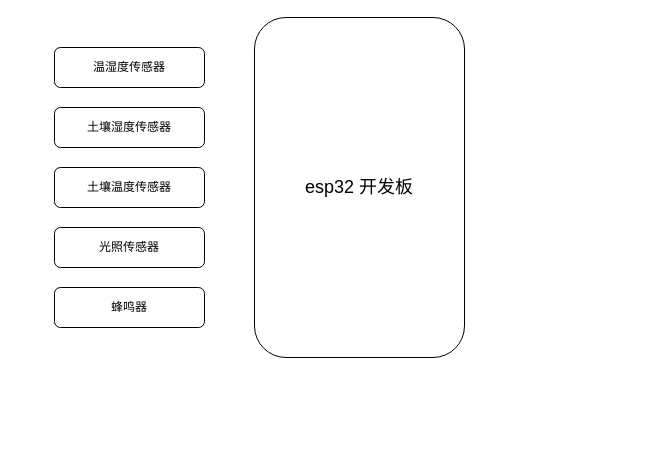
Above: 未命名绘图.drawio in Mariewmajg/ardupilot (draw.io), before the change. Source tidied: cells renumbered, new cells numbered last; positions are measured from the earlier drawing's top-left corner, leaving out a move shared by most shapes. Both pictures are drawn from the tidied source at 100%, with x=0, y=0 at pixel (54, 17).
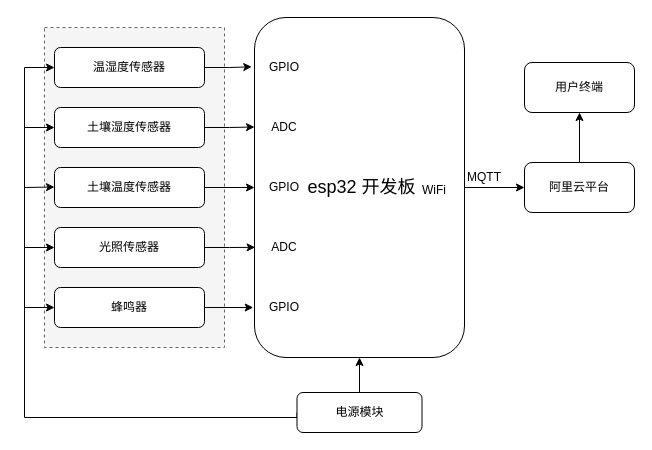
Above is the later version.

Commit message (it also covers changes not shown here):
更新未命名绘图.drawio

Unchanged cells that the change refers to:
```xml
<mxCell id="2" value="温湿度传感器" style="rounded=1;whiteSpace=wrap;html=1;" parent="1" vertex="1">
  <mxGeometry y="30" width="150" height="40" as="geometry" />
</mxCell>
<mxCell id="3" value="土壤湿度传感器" style="rounded=1;whiteSpace=wrap;html=1;" parent="1" vertex="1">
  <mxGeometry y="90" width="150" height="40" as="geometry" />
</mxCell>
<mxCell id="4" value="土壤温度传感器" style="rounded=1;whiteSpace=wrap;html=1;" parent="1" vertex="1">
  <mxGeometry y="150" width="150" height="40" as="geometry" />
</mxCell>
<mxCell id="5" value="光照传感器" style="rounded=1;whiteSpace=wrap;html=1;" parent="1" vertex="1">
  <mxGeometry y="210" width="150" height="40" as="geometry" />
</mxCell>
<mxCell id="6" value="蜂鸣器" style="rounded=1;whiteSpace=wrap;html=1;" parent="1" vertex="1">
  <mxGeometry y="270" width="150" height="40" as="geometry" />
</mxCell>
```

The edit, as a diff of the source:
```diff
@@
+    <mxCell id="8" style="rounded=0;whiteSpace=wrap;html=1;dashed=1;fillColor=#f5f5f5;strokeColor=#666666;fontColor=#333333;" parent="1" vertex="1">
+      <mxGeometry x="-10" y="10" width="180" height="320" as="geometry" />
+    </mxCell>
@@
+    <mxCell id="9" style="edgeStyle=orthogonalEdgeStyle;rounded=0;jettySize=auto;html=1;exitX=1;exitY=0.5;exitDx=0;exitDy=0;entryX=0;entryY=0.5;entryDx=0;entryDy=0;" parent="1" edge="1" source="4" target="7">
+      <mxGeometry relative="1" as="geometry" />
+    </mxCell>
@@
+    <mxCell id="10" style="edgeStyle=orthogonalEdgeStyle;rounded=0;jettySize=auto;html=1;entryX=0;entryY=0.5;entryDx=0;entryDy=0;" parent="1" edge="1" source="7" target="16">
+      <mxGeometry relative="1" as="geometry" />
+    </mxCell>
-    <mxCell id="7" value="&lt;span style=&quot;font-size: 18px;&quot;&gt;esp32 开发板&lt;/span&gt;" style="rounded=1;whiteSpace=wrap;html=1;" parent="1" vertex="1">
+    <mxCell id="7" value="&lt;span style=&quot;font-size: 18px;&quot;&gt;&amp;nbsp;esp32 开发板&lt;/span&gt;" style="rounded=1;whiteSpace=wrap;html=1;" parent="1" vertex="1">
       <mxGeometry x="200" width="210" height="340" as="geometry" />
     </mxCell>
+    <mxCell id="11" style="edgeStyle=orthogonalEdgeStyle;rounded=0;jettySize=auto;html=1;exitX=1;exitY=0.5;exitDx=0;exitDy=0;entryX=-0.013;entryY=0.145;entryDx=0;entryDy=0;entryPerimeter=0;" parent="1" edge="1" source="2" target="7">
+      <mxGeometry relative="1" as="geometry" />
+    </mxCell>
+    <mxCell id="12" style="edgeStyle=orthogonalEdgeStyle;rounded=0;jettySize=auto;html=1;entryX=0.003;entryY=0.676;entryDx=0;entryDy=0;entryPerimeter=0;" parent="1" edge="1" source="5" target="7">
+      <mxGeometry relative="1" as="geometry" />
+    </mxCell>
+    <mxCell id="13" style="edgeStyle=orthogonalEdgeStyle;rounded=0;jettySize=auto;html=1;entryX=-0.006;entryY=0.853;entryDx=0;entryDy=0;entryPerimeter=0;" parent="1" edge="1" source="6" target="7">
+      <mxGeometry relative="1" as="geometry" />
+    </mxCell>
+    <mxCell id="14" style="edgeStyle=orthogonalEdgeStyle;rounded=0;jettySize=auto;html=1;exitX=1;exitY=0.5;exitDx=0;exitDy=0;entryX=0;entryY=0.322;entryDx=0;entryDy=0;entryPerimeter=0;" parent="1" edge="1" source="3" target="7">
+      <mxGeometry relative="1" as="geometry" />
+    </mxCell>
+    <mxCell id="15" style="edgeStyle=orthogonalEdgeStyle;rounded=0;jettySize=auto;html=1;exitX=0.5;exitY=0;exitDx=0;exitDy=0;entryX=0.5;entryY=1;entryDx=0;entryDy=0;" parent="1" edge="1" source="16" target="17">
+      <mxGeometry relative="1" as="geometry" />
+    </mxCell>
+    <mxCell id="16" value="阿里云平台" style="rounded=1;whiteSpace=wrap;html=1;" parent="1" vertex="1">
+      <mxGeometry x="470" y="145" width="110" height="50" as="geometry" />
+    </mxCell>
+    <mxCell id="17" value="用户终端" style="rounded=1;whiteSpace=wrap;html=1;" parent="1" vertex="1">
+      <mxGeometry x="470" y="45" width="110" height="50" as="geometry" />
+    </mxCell>
+    <mxCell id="18" style="edgeStyle=orthogonalEdgeStyle;rounded=0;jettySize=auto;html=1;exitX=0;exitY=0.5;exitDx=0;exitDy=0;entryX=0;entryY=0.5;entryDx=0;entryDy=0;" parent="1" edge="1" source="20" target="2">
+      <mxGeometry relative="1" as="geometry">
+        <Array as="points">
+          <mxPoint x="243" y="400" />
+          <mxPoint x="-30" y="400" />
+          <mxPoint x="-30" y="50" />
+        </Array>
+      </mxGeometry>
+    </mxCell>
+    <mxCell id="19" style="edgeStyle=orthogonalEdgeStyle;rounded=0;jettySize=auto;html=1;" parent="1" edge="1" source="20" target="7">
+      <mxGeometry relative="1" as="geometry">
+        <Array as="points">
+          <mxPoint x="305" y="390" />
+          <mxPoint x="305" y="390" />
+        </Array>
+      </mxGeometry>
+    </mxCell>
+    <mxCell id="20" value="电源模块" style="rounded=1;whiteSpace=wrap;html=1;" parent="1" vertex="1">
+      <mxGeometry x="242.5" y="375" width="125" height="40" as="geometry" />
+    </mxCell>
+    <mxCell id="21" style="endArrow=classic;html=1;rounded=0;entryX=0;entryY=0.5;entryDx=0;entryDy=0;" parent="1" edge="1" target="3">
+      <mxGeometry relative="1" as="geometry">
+        <mxPoint x="-30" y="110" as="sourcePoint" />
+      </mxGeometry>
+    </mxCell>
+    <mxCell id="22" style="endArrow=classic;html=1;rounded=0;entryX=0;entryY=0.5;entryDx=0;entryDy=0;" parent="1" edge="1">
+      <mxGeometry relative="1" as="geometry">
+        <mxPoint x="-30" y="170" as="sourcePoint" />
+        <mxPoint y="169.5" as="targetPoint" />
+      </mxGeometry>
+    </mxCell>
+    <mxCell id="23" style="endArrow=classic;html=1;rounded=0;" parent="1" edge="1" target="5">
+      <mxGeometry relative="1" as="geometry">
+        <mxPoint x="-30" y="230" as="sourcePoint" />
+      </mxGeometry>
+    </mxCell>
+    <mxCell id="24" style="endArrow=classic;html=1;rounded=0;" parent="1" edge="1">
+      <mxGeometry relative="1" as="geometry">
+        <mxPoint x="-30" y="290" as="sourcePoint" />
+        <mxPoint y="290" as="targetPoint" />
+      </mxGeometry>
+    </mxCell>
+    <mxCell id="25" value="GPIO" style="text;strokeColor=none;align=center;fillColor=none;html=1;verticalAlign=middle;whiteSpace=wrap;rounded=0;" parent="1" vertex="1">
+      <mxGeometry x="200" y="35" width="60" height="30" as="geometry" />
+    </mxCell>
+    <mxCell id="26" value="ADC" style="text;strokeColor=none;align=center;fillColor=none;html=1;verticalAlign=middle;whiteSpace=wrap;rounded=0;" parent="1" vertex="1">
+      <mxGeometry x="200" y="95" width="60" height="30" as="geometry" />
+    </mxCell>
+    <mxCell id="27" value="GPIO" style="text;strokeColor=none;align=center;fillColor=none;html=1;verticalAlign=middle;whiteSpace=wrap;rounded=0;" parent="1" vertex="1">
+      <mxGeometry x="200" y="155" width="60" height="30" as="geometry" />
+    </mxCell>
+    <mxCell id="28" value="ADC" style="text;strokeColor=none;align=center;fillColor=none;html=1;verticalAlign=middle;whiteSpace=wrap;rounded=0;" parent="1" vertex="1">
+      <mxGeometry x="200" y="215" width="60" height="30" as="geometry" />
+    </mxCell>
+    <mxCell id="29" value="GPIO" style="text;strokeColor=none;align=center;fillColor=none;html=1;verticalAlign=middle;whiteSpace=wrap;rounded=0;" parent="1" vertex="1">
+      <mxGeometry x="200" y="275" width="60" height="30" as="geometry" />
+    </mxCell>
+    <mxCell id="30" value="WiFi" style="text;strokeColor=none;align=center;fillColor=none;html=1;verticalAlign=middle;whiteSpace=wrap;rounded=0;" parent="1" vertex="1">
+      <mxGeometry x="350" y="155" width="60" height="35" as="geometry" />
+    </mxCell>
+    <mxCell id="31" value="MQTT" style="text;strokeColor=none;align=center;fillColor=none;html=1;verticalAlign=middle;whiteSpace=wrap;rounded=0;" parent="1" vertex="1">
+      <mxGeometry x="400" y="145" width="60" height="30" as="geometry" />
+    </mxCell>
```
